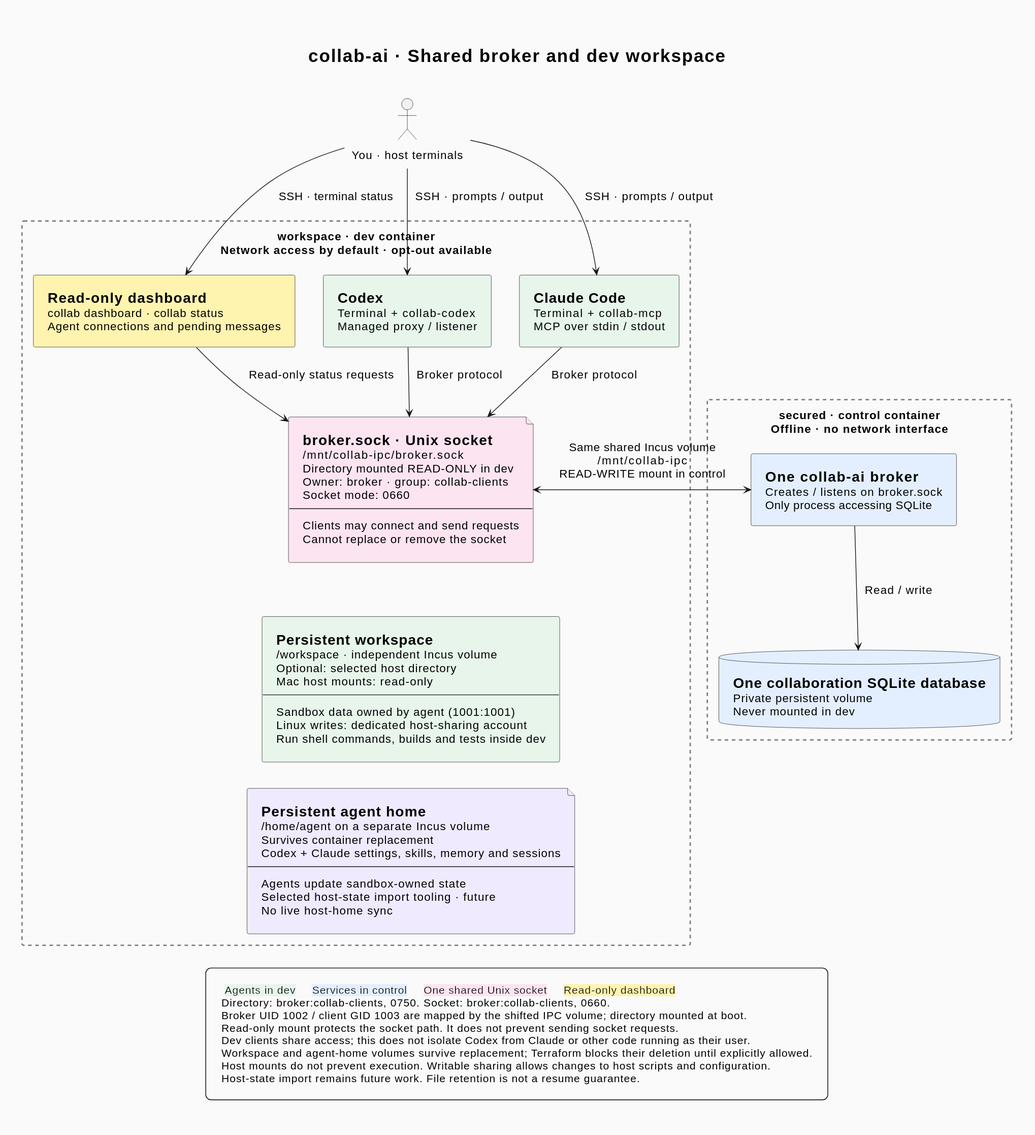
The PlantUML diagram docs/assets/architecture.svg in makarski/collab-ai, before a commit. Its source is kept beside it as docs/assets/architecture.puml.
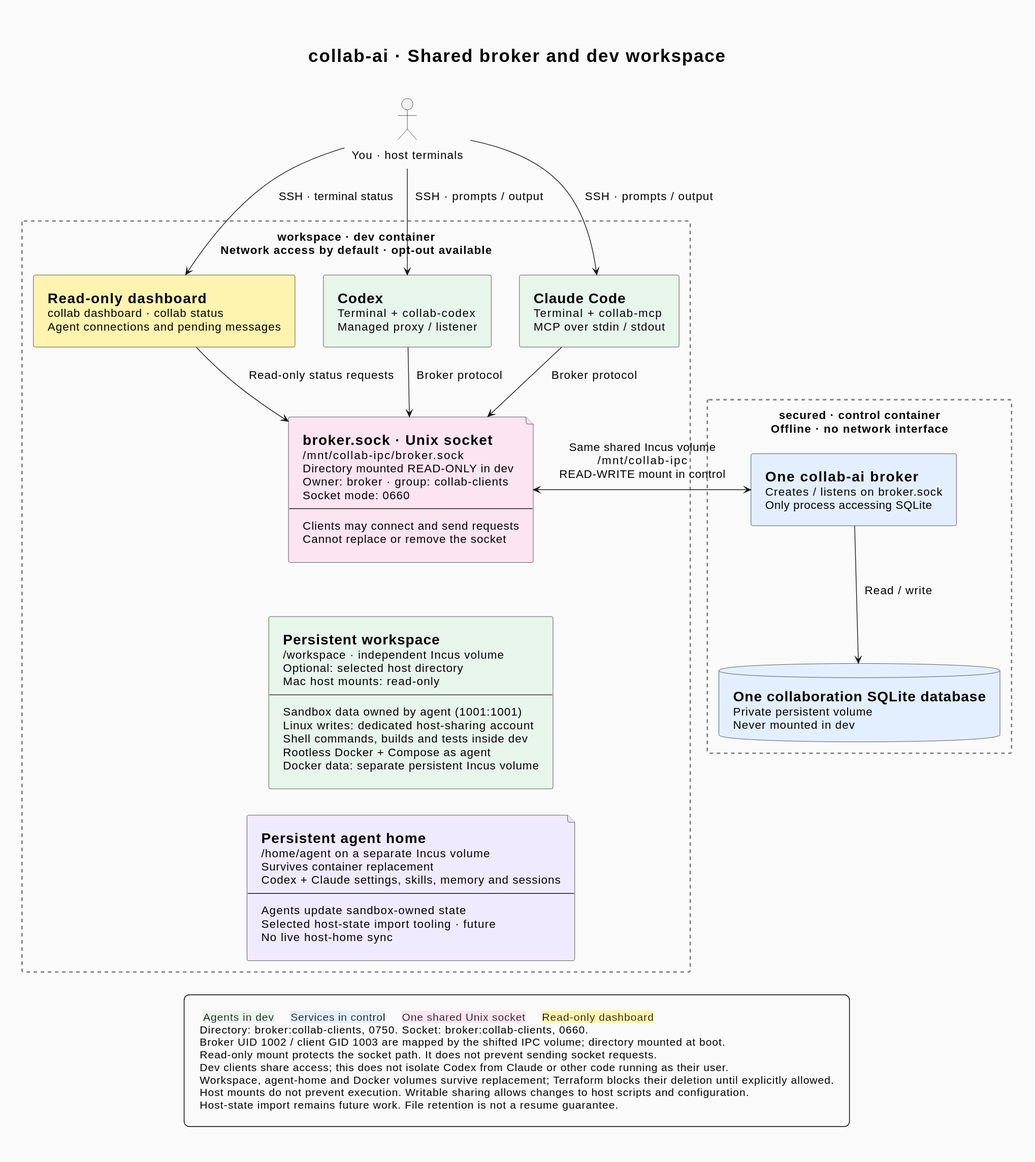
The same diagram one commit later.

The edit, as a diff of the source:
```diff
@@ -53,7 +53,7 @@
     component "=Read-only dashboard\ncollab dashboard · collab status\nAgent connections and pending messages" as Dashboard <<HumanControl>>
     component "=Codex\nTerminal + collab-codex\nManaged proxy / listener" as Codex <<Dev>>
     component "=Claude Code\nTerminal + collab-mcp\nMCP over stdin / stdout" as Claude <<Dev>>
-    component "=Persistent workspace\n/workspace · independent Incus volume\nOptional: selected host directory\nMac host mounts: read-only\n--\nSandbox data owned by agent (1001:1001)\nLinux writes: dedicated host-sharing account\nRun shell commands, builds and tests inside dev" as Project <<Dev>>
+    component "=Persistent workspace\n/workspace · independent Incus volume\nOptional: selected host directory\nMac host mounts: read-only\n--\nSandbox data owned by agent (1001:1001)\nLinux writes: dedicated host-sharing account\nShell commands, builds and tests inside dev\nRootless Docker + Compose as agent\nDocker data: separate persistent Incus volume" as Project <<Dev>>
     file "=Persistent agent home\n/home/agent on a separate Incus volume\nSurvives container replacement\nCodex + Claude settings, skills, memory and sessions\n--\nAgents update sandbox-owned state\nSelected host-state import tooling · future\nNo live host-home sync" as AgentHome <<Storage>>
     file "=broker.sock · Unix socket\n/mnt/collab-ipc/broker.sock\nDirectory mounted READ-ONLY in dev\nOwner: broker · group: collab-clients\nSocket mode: 0660\n--\nClients may connect and send requests\nCannot replace or remove the socket" as Socket <<Socket>>
 }
@@ -82,7 +82,7 @@
     Broker UID 1002 / client GID 1003 are mapped by the shifted IPC volume; directory mounted at boot.
     Read-only mount protects the socket path. It does not prevent sending socket requests.
     Dev clients share access; this does not isolate Codex from Claude or other code running as their user.
-    Workspace and agent-home volumes survive replacement; Terraform blocks their deletion until explicitly allowed.
+    Workspace, agent-home and Docker volumes survive replacement; Terraform blocks their deletion until explicitly allowed.
     Host mounts do not prevent execution. Writable sharing allows changes to host scripts and configuration.
     Host-state import remains future work. File retention is not a resume guarantee.
 endlegend
```
